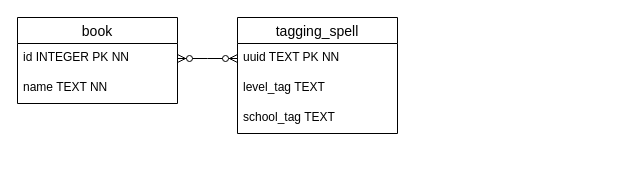
Before: Сопроводительная информация/ERD.drawio in AnDreV133/SpellsBook2, a draw.io diagram. Source tidied: cells renumbered, new cells numbered last; positions are measured from the earlier drawing's top-left corner, leaving out a move shared by most shapes. Both pictures are drawn from the tidied source at 100%, with x=0, y=0 at pixel (17, 17).
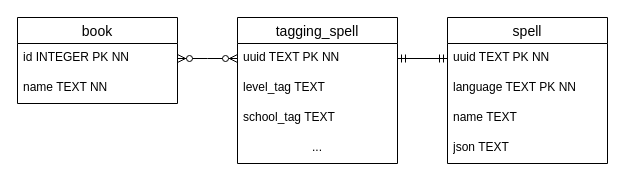
Above is the later version.

Change to the diagram source:
```diff
@@
 <mxGraphModel>
   <root>
     <mxCell id="0" />
     <mxCell id="1" parent="0" />
     <mxCell id="2" value="book" style="swimlane;fontStyle=0;horizontal=1;startSize=26;align=center;fontSize=14;" parent="1" vertex="1">
       <mxGeometry width="160" height="86" as="geometry" />
     </mxCell>
     <mxCell id="3" value="id INTEGER PK NN" style="text;strokeColor=none;fillColor=none;spacingLeft=4;spacingRight=4;overflow=hidden;points=[[0,0.5],[1,0.5]];portConstraint=eastwest;fontSize=12;whiteSpace=wrap;html=1;" parent="2" vertex="1">
       <mxGeometry y="26" width="160" height="30" as="geometry" />
     </mxCell>
     <mxCell id="4" value="name TEXT NN" style="text;strokeColor=none;fillColor=none;spacingLeft=4;spacingRight=4;overflow=hidden;fontSize=12;whiteSpace=wrap;html=1;" parent="2" vertex="1">
       <mxGeometry y="56" width="160" height="30" as="geometry" />
     </mxCell>
     <mxCell id="5" value="tagging_spell" style="swimlane;fontStyle=0;horizontal=1;startSize=26;align=center;fontSize=14;" parent="1" vertex="1">
-      <mxGeometry x="220" width="160" height="116" as="geometry" />
+      <mxGeometry x="220" width="160" height="146" as="geometry" />
     </mxCell>
     <mxCell id="6" value="uuid TEXT PK NN" style="text;strokeColor=none;fillColor=none;spacingLeft=4;spacingRight=4;overflow=hidden;points=[[0,0.5],[1,0.5]];portConstraint=eastwest;fontSize=12;whiteSpace=wrap;html=1;" parent="5" vertex="1">
       <mxGeometry y="26" width="160" height="30" as="geometry" />
     </mxCell>
     <mxCell id="7" value="level_tag TEXT" style="text;strokeColor=none;fillColor=none;spacingLeft=4;spacingRight=4;overflow=hidden;fontSize=12;whiteSpace=wrap;html=1;" parent="5" vertex="1">
       <mxGeometry y="56" width="160" height="30" as="geometry" />
     </mxCell>
     <mxCell id="8" value="school_tag TEXT" style="text;strokeColor=none;fillColor=none;spacingLeft=4;spacingRight=4;overflow=hidden;fontSize=12;whiteSpace=wrap;html=1;" parent="5" vertex="1">
       <mxGeometry y="86" width="160" height="30" as="geometry" />
     </mxCell>
+    <mxCell id="10" value="..." style="text;strokeColor=none;fillColor=none;spacingLeft=4;spacingRight=4;overflow=hidden;fontSize=12;whiteSpace=wrap;html=1;align=center;" parent="5" vertex="1">
+      <mxGeometry y="116" width="160" height="30" as="geometry" />
+    </mxCell>
     <mxCell id="9" style="edgeStyle=entityRelationEdgeStyle;fontSize=12;html=1;endArrow=ERzeroToMany;endFill=1;startArrow=ERzeroToMany;rounded=0;" parent="1" edge="1" source="3" target="6">
       <mxGeometry relative="1" as="geometry" />
     </mxCell>
+    <mxCell id="11" value="spell" style="swimlane;fontStyle=0;horizontal=1;startSize=26;align=center;fontSize=14;" parent="1" vertex="1">
+      <mxGeometry x="430" width="160" height="146" as="geometry" />
+    </mxCell>
+    <mxCell id="12" value="uuid TEXT PK NN" style="text;strokeColor=none;fillColor=none;spacingLeft=4;spacingRight=4;overflow=hidden;points=[[0,0.5],[1,0.5]];portConstraint=eastwest;fontSize=12;whiteSpace=wrap;html=1;" parent="11" vertex="1">
+      <mxGeometry y="26" width="160" height="30" as="geometry" />
+    </mxCell>
+    <mxCell id="13" value="language TEXT PK NN" style="text;strokeColor=none;fillColor=none;spacingLeft=4;spacingRight=4;overflow=hidden;fontSize=12;whiteSpace=wrap;html=1;" parent="11" vertex="1">
+      <mxGeometry y="56" width="160" height="30" as="geometry" />
+    </mxCell>
+    <mxCell id="14" value="name TEXT" style="text;strokeColor=none;fillColor=none;spacingLeft=4;spacingRight=4;overflow=hidden;fontSize=12;whiteSpace=wrap;html=1;" parent="11" vertex="1">
+      <mxGeometry y="86" width="160" height="30" as="geometry" />
+    </mxCell>
+    <mxCell id="15" value="json TEXT" style="text;strokeColor=none;fillColor=none;spacingLeft=4;spacingRight=4;overflow=hidden;fontSize=12;whiteSpace=wrap;html=1;" parent="11" vertex="1">
+      <mxGeometry y="116" width="160" height="30" as="geometry" />
+    </mxCell>
+    <mxCell id="16" style="edgeStyle=entityRelationEdgeStyle;fontSize=12;html=1;endArrow=ERmandOne;startArrow=ERmandOne;rounded=0;exitX=1;exitY=0.5;exitDx=0;exitDy=0;entryX=0;entryY=0.5;entryDx=0;entryDy=0;" parent="1" edge="1" source="6" target="12">
+      <mxGeometry relative="1" as="geometry" />
+    </mxCell>
   </root>
 </mxGraphModel>
```
